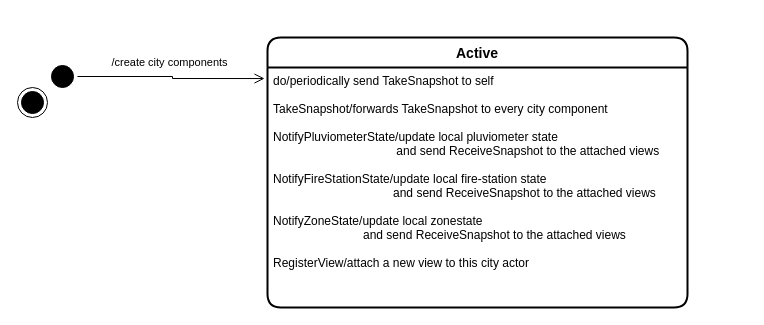
jahrim/pcd-assignment-03 keeps this draw.io diagram as doc/resources/diagrams/CityActorStateDiagram.drawio. Above is the earlier version. Source tidied: cells renumbered, new cells numbered last; positions are measured from the earlier drawing's top-left corner, leaving out a move shared by most shapes. Both pictures are drawn from the tidied source at 100%, with x=0, y=0 at pixel (17, 37).
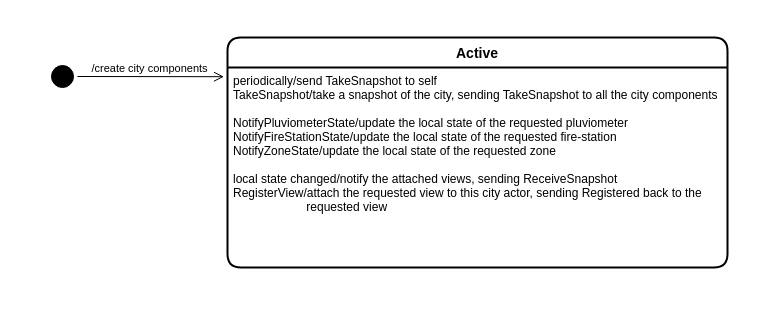
Above is the later version.

The edit, as a diff of the source:
```diff
@@
 <mxGraphModel>
   <root>
     <mxCell id="0" />
     <mxCell id="1" parent="0" />
+    <mxCell id="8" style="rounded=0;whiteSpace=wrap;html=1;strokeColor=none;" parent="1" vertex="1">
+      <mxGeometry x="20" y="-20" width="710" height="270" as="geometry" />
+    </mxCell>
     <mxCell id="2" value="Active" style="swimlane;horizontal=1;startSize=30;rounded=1;fontSize=14;fontStyle=1;strokeWidth=2;shadow=0;dashed=0;align=center;" parent="1" vertex="1">
-      <mxGeometry x="250" width="420" height="270" as="geometry" />
+      <mxGeometry x="210" width="500" height="230" as="geometry" />
     </mxCell>
-    <mxCell id="3" value="do/periodically send TakeSnapshot to self&#10;&#10;TakeSnapshot/forwards TakeSnapshot to every city component&#10;&#10;NotifyPluviometerState/update local pluviometer state &#10;                                     and send ReceiveSnapshot to the attached views&#10;&#10;NotifyFireStationState/update local fire-station state&#10;                                    and send ReceiveSnapshot to the attached views&#10;&#10;NotifyZoneState/update local zonestate&#10;                           and send ReceiveSnapshot to the attached views&#10;&#10;RegisterView/attach a new view to this city actor" style="align=left;strokeColor=none;fillColor=none;spacingLeft=4;fontSize=12;verticalAlign=top;" parent="2" vertex="1">
-      <mxGeometry y="30" width="420" height="240" as="geometry" />
+    <mxCell id="3" value="periodically/send TakeSnapshot to self&#10;TakeSnapshot/take a snapshot of the city, sending TakeSnapshot to all the city components&#10;&#10;NotifyPluviometerState/update the local state of the requested pluviometer&#10;NotifyFireStationState/update the local state of the requested fire-station&#10;NotifyZoneState/update the local state of the requested zone&#10;&#10;local state changed/notify the attached views, sending ReceiveSnapshot&#10;RegisterView/attach the requested view to this city actor, sending Registered back to the&#10;                      requested view" style="align=left;strokeColor=none;fillColor=none;spacingLeft=4;fontSize=12;verticalAlign=top;" parent="2" vertex="1">
+      <mxGeometry y="30" width="500" height="200" as="geometry" />
     </mxCell>
-    <mxCell id="4" style="ellipse;html=1;shape=endState;fillColor=#000000;strokeColor=#000000;" parent="1" vertex="1">
-      <mxGeometry y="50" width="30" height="30" as="geometry" />
-    </mxCell>
     <mxCell id="5" style="ellipse;html=1;shape=startState;fillColor=#000000;strokeColor=#000000;" parent="1" vertex="1">
       <mxGeometry x="30" y="24" width="30" height="30" as="geometry" />
     </mxCell>
-    <mxCell id="6" style="edgeStyle=orthogonalEdgeStyle;html=1;verticalAlign=bottom;endArrow=open;endSize=8;strokeColor=#000000;rounded=0;entryX=-0.007;entryY=0.046;entryDx=0;entryDy=0;entryPerimeter=0;" parent="1" edge="1" source="5" target="3">
+    <mxCell id="6" style="html=1;verticalAlign=bottom;endArrow=open;endSize=8;strokeColor=#000000;rounded=0;entryX=-0.007;entryY=0.046;entryDx=0;entryDy=0;entryPerimeter=0;" parent="1" edge="1" source="5" target="3">
       <mxGeometry relative="1" as="geometry" />
     </mxCell>
     <mxCell id="7" value="/create city components" style="edgeLabel;html=1;align=center;verticalAlign=middle;" parent="6" vertex="1">
       <mxGeometry x="-0.24" y="1" relative="1" as="geometry">
-        <mxPoint x="19" y="-14" as="offset" />
+        <mxPoint x="15" y="-8" as="offset" />
       </mxGeometry>
     </mxCell>
   </root>
 </mxGraphModel>
```
